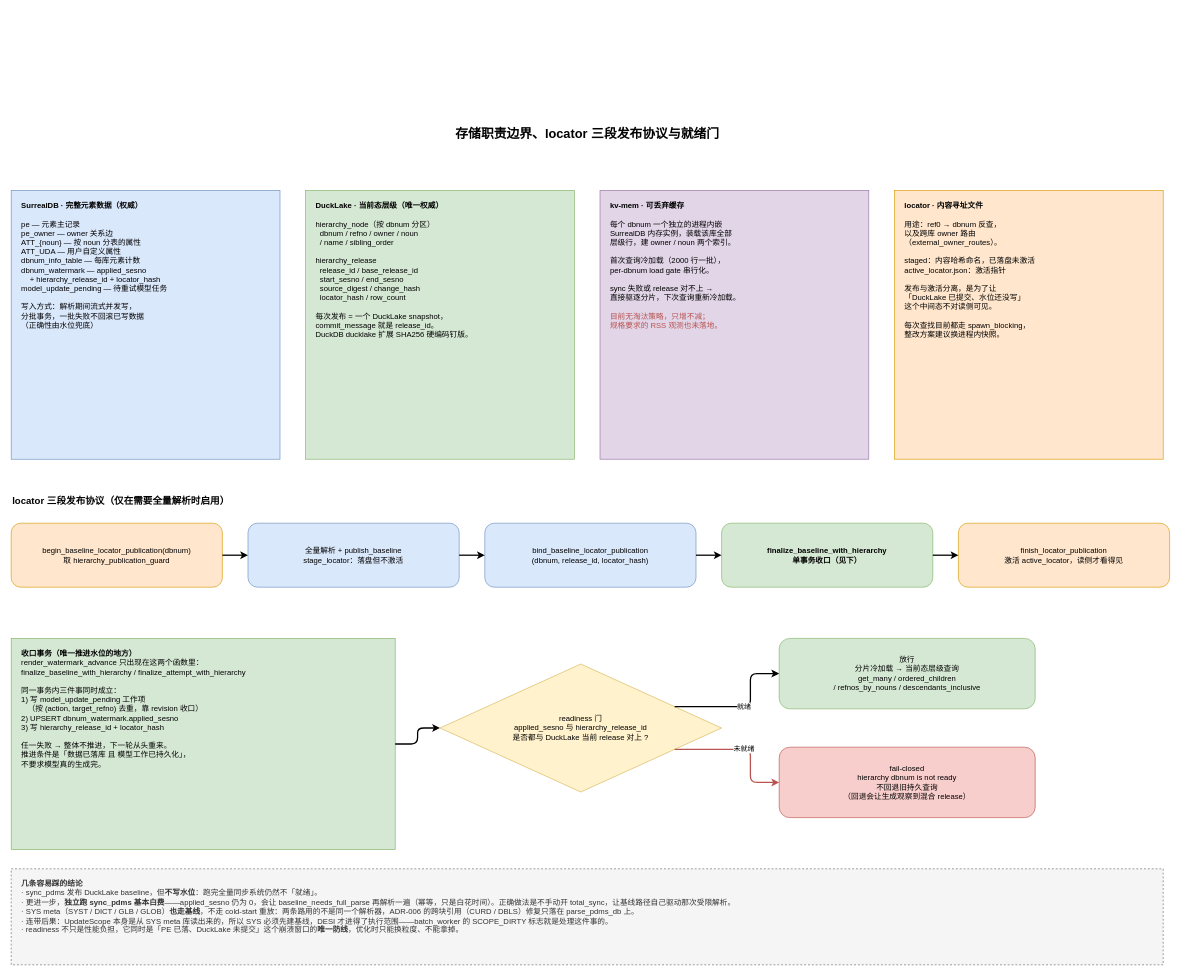
Earlier version of the draw.io diagram page "3-存储职责与收口就绪门" (3 of 3) of docs/diagrams/data-parse-pipeline.drawio (happyrust/gen-model). Source tidied: cells renumbered, new cells numbered last; positions are measured from the earlier drawing's top-left corner, leaving out a move shared by most shapes. Both pictures are drawn from the tidied source at 64%, with x=0, y=0 at pixel (11, 120).
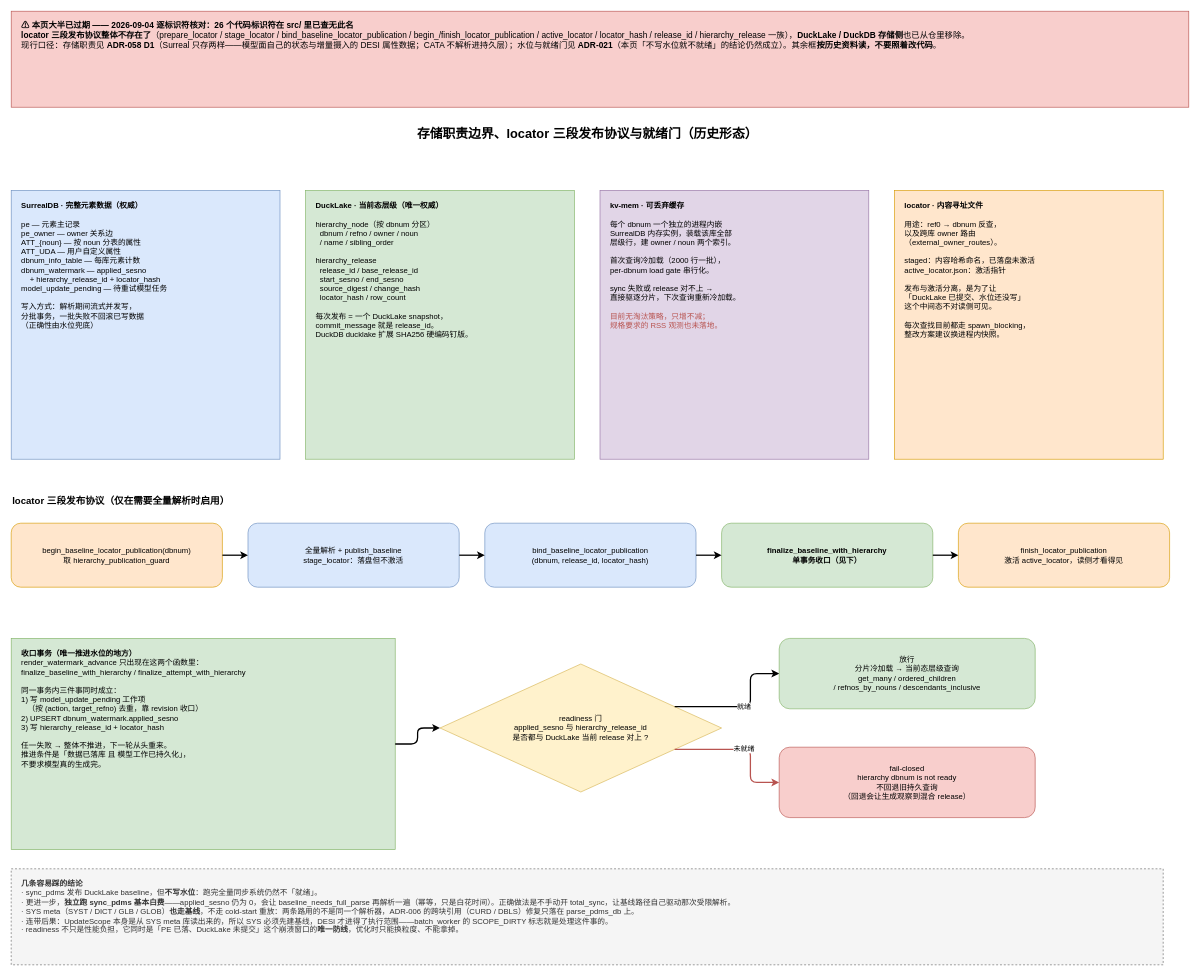
The same diagram, later.

Diff of the diagram source:
```diff
@@
+    <mxCell id="25" value="&lt;b&gt;⚠ 本页大半已过期 —— 2026-09-04 逐标识符核对：26 个代码标识符在 src/ 里已查无此名&lt;/b&gt;&lt;br&gt;&lt;b&gt;locator 三段发布协议整体不存在了&lt;/b&gt;（prepare_locator / stage_locator / bind_baseline_locator_publication / begin_/finish_locator_publication / active_locator / locator_hash / release_id / hierarchy_release 一族），&lt;b&gt;DuckLake / DuckDB 存储侧&lt;/b&gt;也已从仓里移除。&lt;br&gt;现行口径：存储职责见 &lt;b&gt;ADR-058 D1&lt;/b&gt;（Surreal 只存两样——模型面自己的状态与增量摄入的 DESI 属性数据；CATA 不解析进持久层）；水位与就绪门见 &lt;b&gt;ADR-021&lt;/b&gt;（本页「不写水位就不就绪」的结论仍然成立）。其余框&lt;b&gt;按历史资料读，不要照着改代码&lt;/b&gt;。" style="rounded=0;whiteSpace=wrap;html=1;fillColor=#f8cecc;strokeColor=#b85450;fontFamily=Microsoft YaHei;fontSize=13;align=left;spacingLeft=14;verticalAlign=top;spacingTop=8;" parent="1" vertex="1">
+      <mxGeometry y="-170" width="1840" height="150" as="geometry" />
+    </mxCell>
-    <mxCell id="2" value="存储职责边界、locator 三段发布协议与就绪门" style="text;html=1;align=center;verticalAlign=middle;fontFamily=Microsoft YaHei;fontSize=20;fontStyle=1;" parent="1" vertex="1">
+    <mxCell id="2" value="存储职责边界、locator 三段发布协议与就绪门（历史形态）" style="text;html=1;align=center;verticalAlign=middle;fontFamily=Microsoft YaHei;fontSize=20;fontStyle=1;" parent="1" vertex="1">
       <mxGeometry x="460" width="880" height="40" as="geometry" />
     </mxCell>
```
